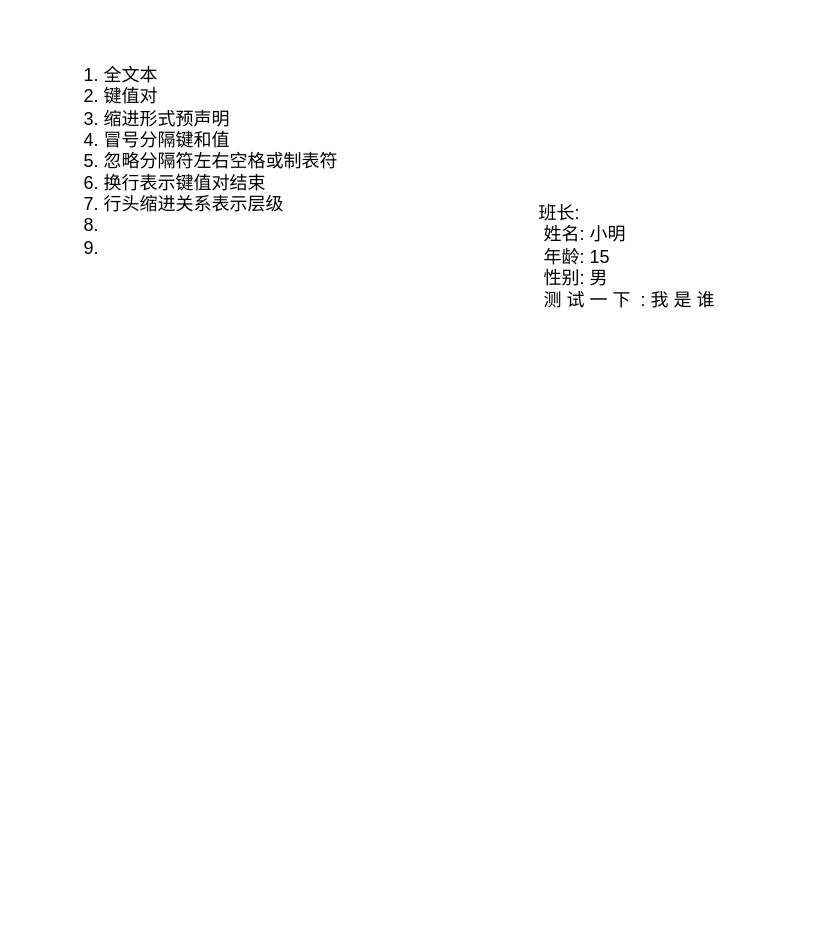
iclite/drawio_output keeps this draw.io diagram as simpledataformat.drawio. Above is the earlier version. Source tidied: cells renumbered, new cells numbered last; positions are measured from the earlier drawing's top-left corner, leaving out a move shared by most shapes. Both pictures are drawn from the tidied source at 150%, with x=0, y=0 at pixel (40, 33).
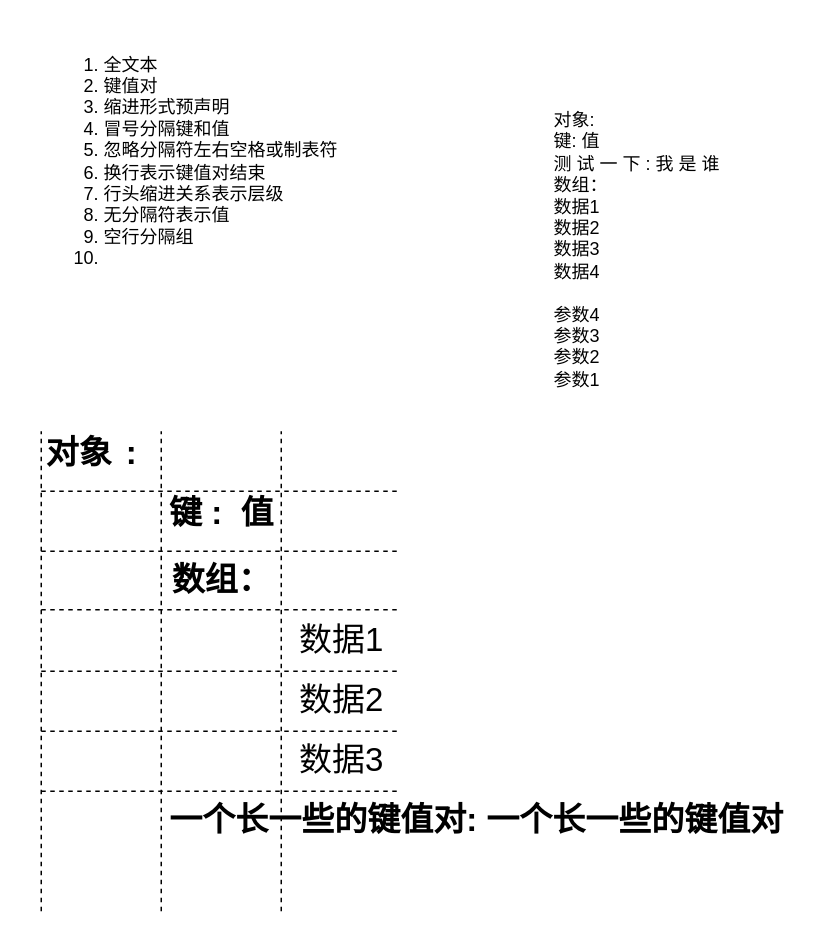
Above is the later version.

What changed in the source:
```diff
@@
-    <mxCell id="2" value="&lt;div align=&quot;left&quot;&gt;&lt;ol&gt;&lt;li&gt;全文本&lt;br&gt;&lt;/li&gt;&lt;li&gt;&lt;div&gt;键值对&lt;/div&gt;&lt;/li&gt;&lt;li&gt;缩进形式预声明&lt;/li&gt;&lt;li&gt;冒号分隔键和值&lt;/li&gt;&lt;li&gt;忽略分隔符左右空格或制表符&lt;br&gt;&lt;/li&gt;&lt;li&gt;换行表示键值对结束&lt;br&gt;&lt;/li&gt;&lt;li&gt;&lt;div&gt;行头缩进关系表示层级&lt;/div&gt;&lt;/li&gt;&lt;li&gt;&lt;br&gt;&lt;/li&gt;&lt;li&gt;&lt;br&gt;&lt;/li&gt;&lt;/ol&gt;&lt;/div&gt;" style="text;html=1;align=left;verticalAlign=middle;strokeColor=none;fillColor=none;" parent="1" vertex="1">
-      <mxGeometry width="220" height="170" as="geometry" />
+    <mxCell id="2" value="&lt;div align=&quot;left&quot;&gt;&lt;ol&gt;&lt;li&gt;全文本&lt;br&gt;&lt;/li&gt;&lt;li&gt;&lt;div&gt;键值对&lt;/div&gt;&lt;/li&gt;&lt;li&gt;缩进形式预声明&lt;/li&gt;&lt;li&gt;冒号分隔键和值&lt;/li&gt;&lt;li&gt;忽略分隔符左右空格或制表符&lt;br&gt;&lt;/li&gt;&lt;li&gt;换行表示键值对结束&lt;br&gt;&lt;/li&gt;&lt;li&gt;&lt;div&gt;行头缩进关系表示层级&lt;/div&gt;&lt;/li&gt;&lt;li&gt;无分隔符表示值&lt;br&gt;&lt;/li&gt;&lt;li&gt;空行分隔组&lt;br&gt;&lt;/li&gt;&lt;li&gt;&lt;br&gt;&lt;/li&gt;&lt;/ol&gt;&lt;/div&gt;" style="text;html=1;align=left;verticalAlign=middle;strokeColor=none;fillColor=none;" parent="1" vertex="1">
+      <mxGeometry y="-5" width="220" height="180" as="geometry" />
     </mxCell>
-    <mxCell id="3" value="&lt;div&gt;&lt;span style=&quot;white-space: pre;&quot;&gt;班长:&lt;br&gt;&lt;/span&gt;&lt;/div&gt;&lt;div&gt;&lt;span style=&quot;white-space: pre;&quot;&gt; &lt;/span&gt;姓名: 小明&lt;/div&gt;&lt;div&gt;&lt;span style=&quot;white-space: pre;&quot;&gt; &lt;/span&gt;年龄: 15&lt;/div&gt;&lt;div&gt;&lt;span style=&quot;white-space: pre;&quot;&gt; &lt;/span&gt;性别: 男&lt;/div&gt;&lt;div&gt;&lt;span style=&quot;white-space: pre;&quot;&gt; &lt;/span&gt;测 试 一 下 &lt;span style=&quot;white-space: pre;&quot;&gt; &lt;/span&gt;: 我 是 谁&lt;br&gt;&lt;/div&gt;&lt;div&gt;&lt;span style=&quot;white-space: pre;&quot;&gt; &lt;/span&gt;&lt;br&gt;&lt;/div&gt;&lt;div&gt;&lt;span style=&quot;white-space: pre;&quot;&gt; &lt;/span&gt;&lt;br&gt;&lt;/div&gt;&lt;div&gt;&lt;br&gt;&lt;/div&gt;" style="text;html=1;align=left;verticalAlign=middle;strokeColor=none;fillColor=none;" parent="1" vertex="1">
-      <mxGeometry x="330" y="105" width="170" height="130" as="geometry" />
+    <mxCell id="3" value="&lt;div&gt;&lt;span style=&quot;&quot;&gt;对象:&lt;br&gt;&lt;/span&gt;&lt;/div&gt;&lt;div&gt;&lt;span style=&quot;&quot;&gt;&lt;span style=&quot;&quot;&gt; &lt;/span&gt;&lt;/span&gt;键: 值&lt;/div&gt;&lt;div&gt;&lt;span style=&quot;&quot;&gt; &lt;/span&gt;&lt;span style=&quot;&quot;&gt;&lt;/span&gt;测 试 一 下 &lt;span style=&quot;&quot;&gt; &lt;/span&gt;: 我 是 谁&lt;/div&gt;&lt;div&gt;&lt;span style=&quot;&quot;&gt; &lt;/span&gt;数组：&lt;/div&gt;&lt;div&gt;&lt;span style=&quot;&quot;&gt; &lt;/span&gt;&lt;span style=&quot;&quot;&gt; &lt;/span&gt;数据1&lt;/div&gt;&lt;div&gt;&lt;span style=&quot;&quot;&gt; &lt;/span&gt; 数据2&lt;/div&gt;&lt;div&gt;&lt;span style=&quot;&quot;&gt; &lt;/span&gt;&lt;span style=&quot;&quot;&gt; &lt;/span&gt;数据3&lt;/div&gt;&lt;div&gt;&lt;span style=&quot;&quot;&gt; &lt;/span&gt;&lt;span style=&quot;&quot;&gt; &lt;/span&gt;数据4&lt;/div&gt;&lt;div&gt;&lt;br&gt;&lt;/div&gt;&lt;div&gt;&lt;span style=&quot;&quot;&gt; &lt;/span&gt;&lt;span style=&quot;&quot;&gt; &lt;/span&gt;&lt;span style=&quot;&quot;&gt; &lt;/span&gt;&lt;span style=&quot;&quot;&gt; &lt;/span&gt;参数4&lt;/div&gt;&lt;div&gt;&lt;span style=&quot;&quot;&gt; &lt;/span&gt;&lt;span style=&quot;&quot;&gt; &lt;/span&gt;参数3&lt;/div&gt;&lt;div&gt;&lt;span style=&quot;&quot;&gt; &lt;/span&gt;&lt;span style=&quot;&quot;&gt; &lt;/span&gt;参数2&lt;/div&gt;&lt;div&gt;&lt;span style=&quot;&quot;&gt; &lt;/span&gt;&lt;span style=&quot;&quot;&gt; &lt;/span&gt;参数1&lt;/div&gt;&lt;div&gt;&lt;br&gt;&lt;/div&gt;&lt;div&gt;&lt;span style=&quot;&quot;&gt; &lt;/span&gt;&lt;br&gt;&lt;/div&gt;&lt;div&gt;&lt;span style=&quot;&quot;&gt; &lt;/span&gt;&lt;br&gt;&lt;/div&gt;&lt;div&gt;&lt;span style=&quot;&quot;&gt; &lt;/span&gt;&lt;br&gt;&lt;/div&gt;&lt;div&gt;&lt;br&gt;&lt;/div&gt;" style="text;html=1;align=left;verticalAlign=middle;strokeColor=none;fillColor=none;" parent="1" vertex="1">
+      <mxGeometry x="340" y="45" width="130" height="270" as="geometry" />
     </mxCell>
+    <mxCell id="4" value="对象" style="text;html=1;align=center;verticalAlign=middle;strokeColor=none;fillColor=none;fontSize=22;fontStyle=1;" parent="1" vertex="1">
+      <mxGeometry x="-10" y="260" width="70" height="40" as="geometry" />
+    </mxCell>
+    <mxCell id="5" value=":" style="text;html=1;align=center;verticalAlign=middle;strokeColor=none;fillColor=none;fontSize=22;fontStyle=1;" parent="1" vertex="1">
+      <mxGeometry x="45" y="260" width="30" height="40" as="geometry" />
+    </mxCell>
+    <mxCell id="6" value="键 :&amp;nbsp; 值" style="text;html=1;align=center;verticalAlign=middle;strokeColor=none;fillColor=none;fontSize=22;fontStyle=1;" parent="1" vertex="1">
+      <mxGeometry x="75" y="300" width="90" height="40" as="geometry" />
+    </mxCell>
+    <mxCell id="7" style="endArrow=none;dashed=1;html=1;rounded=0;fontSize=22;" parent="1" edge="1">
+      <mxGeometry relative="1" as="geometry">
+        <mxPoint y="585" as="sourcePoint" />
+        <mxPoint y="265" as="targetPoint" />
+      </mxGeometry>
+    </mxCell>
+    <mxCell id="8" style="endArrow=none;dashed=1;html=1;rounded=0;fontSize=22;" parent="1" edge="1">
+      <mxGeometry relative="1" as="geometry">
+        <mxPoint x="80" y="585" as="sourcePoint" />
+        <mxPoint x="80" y="265" as="targetPoint" />
+      </mxGeometry>
+    </mxCell>
+    <mxCell id="9" style="endArrow=none;dashed=1;html=1;rounded=0;fontSize=22;" parent="1" edge="1">
+      <mxGeometry relative="1" as="geometry">
+        <mxPoint x="160" y="585" as="sourcePoint" />
+        <mxPoint x="160" y="265" as="targetPoint" />
+      </mxGeometry>
+    </mxCell>
+    <mxCell id="10" value="数组：" style="text;html=1;align=center;verticalAlign=middle;strokeColor=none;fillColor=none;fontSize=22;fontStyle=1;" parent="1" vertex="1">
+      <mxGeometry x="75" y="345" width="90" height="40" as="geometry" />
+    </mxCell>
+    <mxCell id="11" value="数据1" style="text;html=1;align=center;verticalAlign=middle;strokeColor=none;fillColor=none;fontSize=22;" parent="1" vertex="1">
+      <mxGeometry x="160" y="385" width="80" height="40" as="geometry" />
+    </mxCell>
+    <mxCell id="12" value="数据2" style="text;html=1;align=center;verticalAlign=middle;strokeColor=none;fillColor=none;fontSize=22;" parent="1" vertex="1">
+      <mxGeometry x="160" y="425" width="80" height="40" as="geometry" />
+    </mxCell>
+    <mxCell id="13" value="数据3" style="text;html=1;align=center;verticalAlign=middle;strokeColor=none;fillColor=none;fontSize=22;" parent="1" vertex="1">
+      <mxGeometry x="160" y="465" width="80" height="40" as="geometry" />
+    </mxCell>
+    <mxCell id="14" style="endArrow=none;dashed=1;html=1;rounded=0;fontSize=22;" parent="1" edge="1">
+      <mxGeometry relative="1" as="geometry">
+        <mxPoint y="305" as="sourcePoint" />
+        <mxPoint x="240" y="305" as="targetPoint" />
+      </mxGeometry>
+    </mxCell>
+    <mxCell id="15" style="endArrow=none;dashed=1;html=1;rounded=0;fontSize=22;" parent="1" edge="1">
+      <mxGeometry relative="1" as="geometry">
+        <mxPoint y="345" as="sourcePoint" />
+        <mxPoint x="240" y="345" as="targetPoint" />
+      </mxGeometry>
+    </mxCell>
+    <mxCell id="16" style="endArrow=none;dashed=1;html=1;rounded=0;fontSize=22;" parent="1" edge="1">
+      <mxGeometry relative="1" as="geometry">
+        <mxPoint y="384" as="sourcePoint" />
+        <mxPoint x="240" y="384" as="targetPoint" />
+      </mxGeometry>
+    </mxCell>
+    <mxCell id="17" style="endArrow=none;dashed=1;html=1;rounded=0;fontSize=22;" parent="1" edge="1">
+      <mxGeometry relative="1" as="geometry">
+        <mxPoint y="425" as="sourcePoint" />
+        <mxPoint x="240" y="425" as="targetPoint" />
+      </mxGeometry>
+    </mxCell>
+    <mxCell id="18" style="endArrow=none;dashed=1;html=1;rounded=0;fontSize=22;" parent="1" edge="1">
+      <mxGeometry relative="1" as="geometry">
+        <mxPoint y="465" as="sourcePoint" />
+        <mxPoint x="240" y="465" as="targetPoint" />
+      </mxGeometry>
+    </mxCell>
+    <mxCell id="19" style="endArrow=none;dashed=1;html=1;rounded=0;fontSize=22;" parent="1" edge="1">
+      <mxGeometry relative="1" as="geometry">
+        <mxPoint y="505" as="sourcePoint" />
+        <mxPoint x="240" y="505" as="targetPoint" />
+      </mxGeometry>
+    </mxCell>
+    <mxCell id="20" value="一个长一些的键值对: 一个长一些的键值对 " style="text;html=1;align=center;verticalAlign=middle;strokeColor=none;fillColor=none;fontSize=22;fontStyle=1;" parent="1" vertex="1">
+      <mxGeometry x="75" y="505" width="430" height="40" as="geometry" />
+    </mxCell>
```
